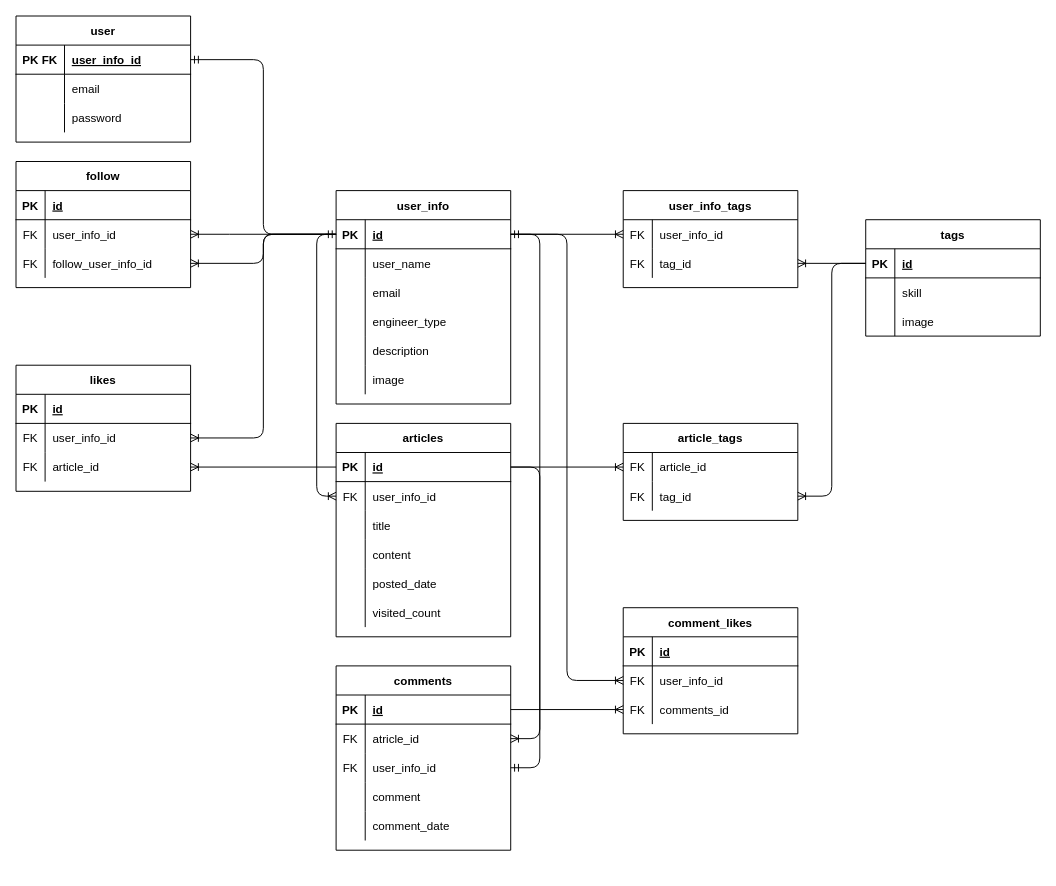
yusuke-rakus/Qiish keeps this draw.io diagram as Designs/ER図.drawio. Above is the earlier version. Source tidied: cells renumbered, new cells numbered last; positions are measured from the earlier drawing's top-left corner, leaving out a move shared by most shapes. Both pictures are drawn from the tidied source at 97%, with x=0, y=0 at pixel (16, 16).
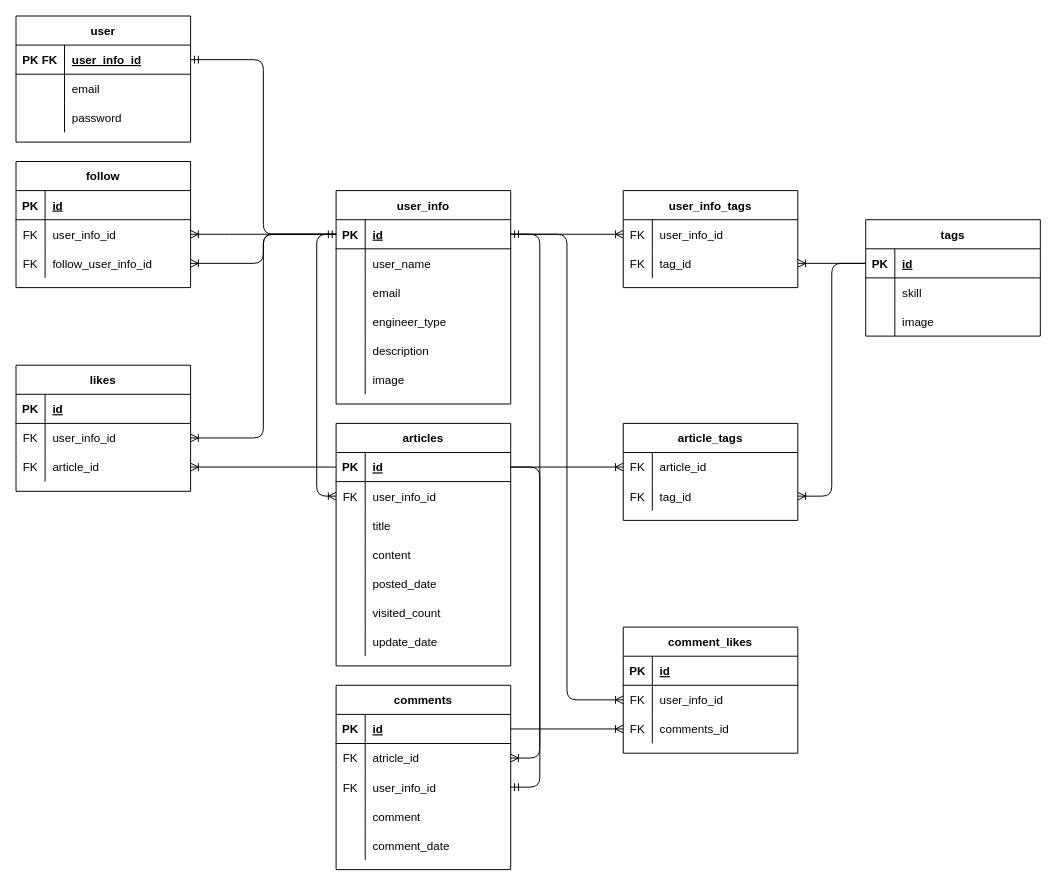
Above is the later version.

Diff of the diagram source:
```diff
@@
     <mxCell id="51" value="articles" style="shape=table;startSize=30;childLayout=tableLayout;rowLines=0;fontStyle=1;align=center;" parent="1" vertex="1">
-      <mxGeometry x="330" y="420" width="180" height="220" as="geometry" />
+      <mxGeometry x="330" y="420" width="180" height="250" as="geometry" />
     </mxCell>
@@
+    <mxCell id="134" style="shape=partialRectangle;fillColor=none;top=0;left=0;bottom=0;right=0;" parent="51" vertex="1">
+      <mxGeometry y="210" width="180" height="30" as="geometry" />
+    </mxCell>
+    <mxCell id="135" style="shape=partialRectangle;fillColor=none;top=0;left=0;bottom=0;right=0;overflow=hidden;" parent="134" vertex="1">
+      <mxGeometry width="30" height="30" as="geometry" />
+    </mxCell>
+    <mxCell id="136" value="update_date" style="shape=partialRectangle;fillColor=none;top=0;left=0;bottom=0;right=0;align=left;spacingLeft=6;overflow=hidden;" parent="134" vertex="1">
+      <mxGeometry x="30" width="150" height="30" as="geometry" />
+    </mxCell>
@@
     <mxCell id="104" value="comments" style="shape=table;startSize=30;childLayout=tableLayout;rowLines=0;fontStyle=1;align=center;" parent="1" vertex="1">
-      <mxGeometry x="330" y="670" width="180" height="190" as="geometry" />
+      <mxGeometry x="330" y="690" width="180" height="190" as="geometry" />
     </mxCell>
@@
     <mxCell id="122" value="comment_likes" style="shape=table;startSize=30;childLayout=tableLayout;rowLines=0;fontStyle=1;align=center;" parent="1" vertex="1">
-      <mxGeometry x="626" y="610" width="180" height="130" as="geometry" />
+      <mxGeometry x="626" y="630" width="180" height="130" as="geometry" />
     </mxCell>
```
